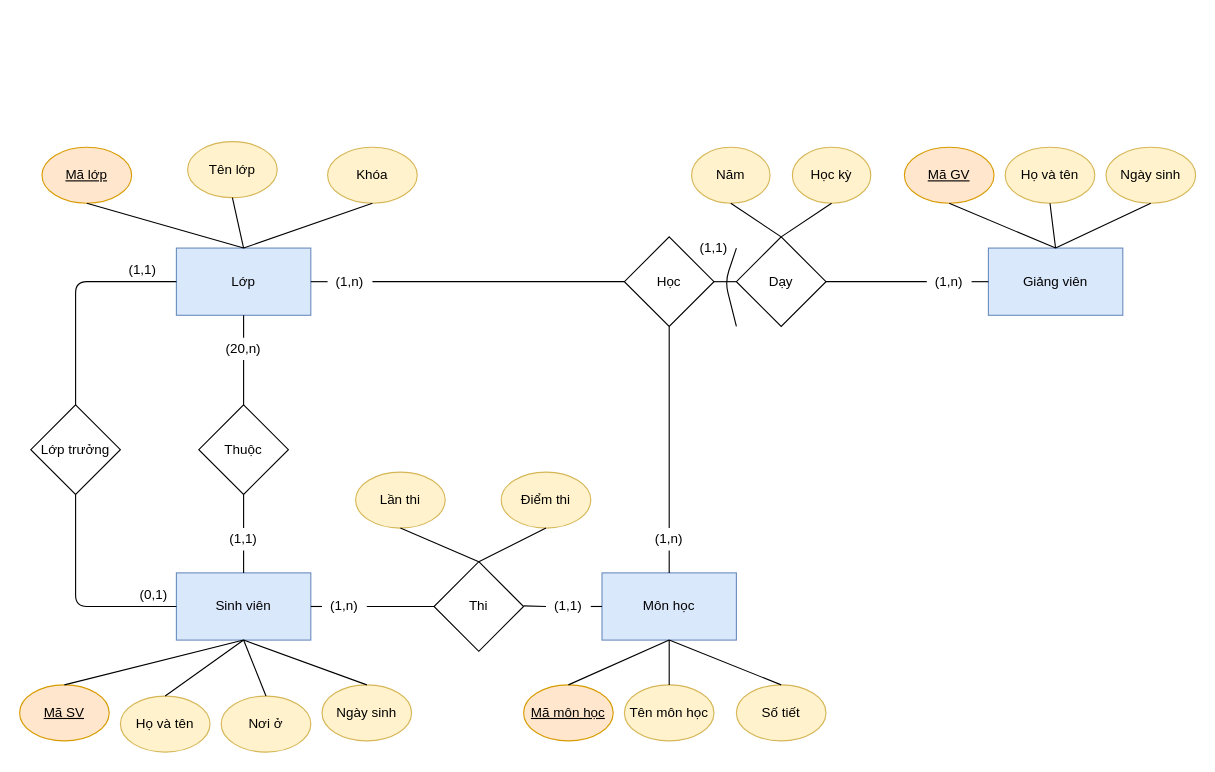
Above: page "Page-1" (1 of 2) of Bài tập 1.drawio in haohuynh1101-hub/appShopping (draw.io), before the change. Source tidied: cells renumbered, new cells numbered last; positions are measured from the earlier drawing's top-left corner, leaving out a move shared by most shapes. Both pictures are drawn from the tidied source at 112%, with x=0, y=0 at pixel (19, 141).
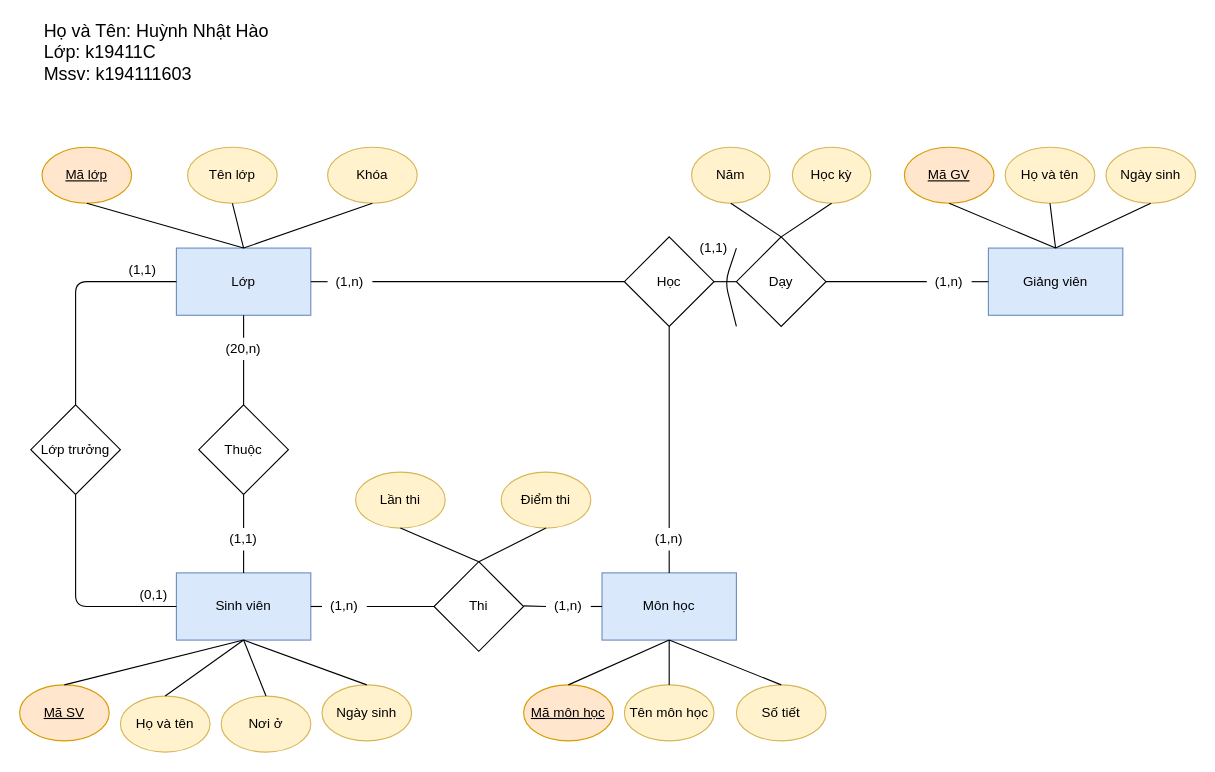
After the change.

Diff of the diagram source:
```diff
@@
     <mxCell id="25" value="Tên lớp" style="ellipse;whiteSpace=wrap;html=1;fillColor=#fff2cc;strokeColor=#d6b656;" parent="1" vertex="1">
-      <mxGeometry x="150" width="80" height="50" as="geometry" />
+      <mxGeometry x="150" y="5" width="80" height="50" as="geometry" />
     </mxCell>
@@
-    <mxCell id="60" value="(1,1)" style="text;html=1;strokeColor=none;fillColor=none;align=center;verticalAlign=middle;whiteSpace=wrap;rounded=0;" parent="1" vertex="1">
+    <mxCell id="60" value="(1,n)" style="text;html=1;strokeColor=none;fillColor=none;align=center;verticalAlign=middle;whiteSpace=wrap;rounded=0;" parent="1" vertex="1">
       <mxGeometry x="470" y="405" width="40" height="20" as="geometry" />
     </mxCell>
@@
+    <mxCell id="74" value="&lt;font style=&quot;font-size: 16px&quot;&gt;Họ và Tên: Huỳnh Nhật Hào&lt;br&gt;Lớp: k19411C&lt;br&gt;Mssv: k194111603&lt;/font&gt;" style="text;html=1;strokeColor=none;fillColor=none;align=left;verticalAlign=middle;whiteSpace=wrap;rounded=0;" parent="1" vertex="1">
+      <mxGeometry x="20" y="-90" width="210" height="20" as="geometry" />
+    </mxCell>
```
